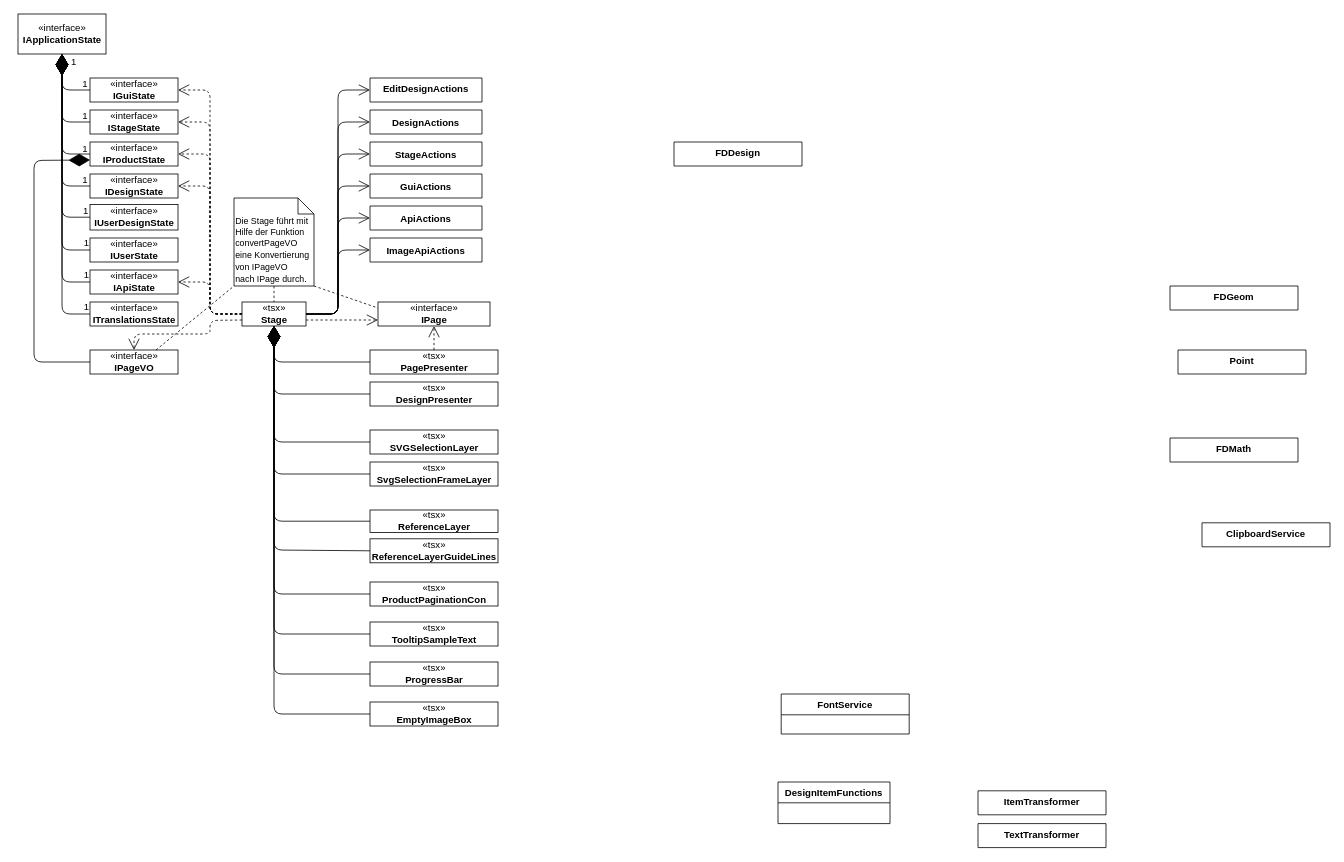
albreax/Diplomarbeit keeps this draw.io diagram as Arbeit/diagrams/Ist-Architektur/Designbearbeiten.drawio. Above is the earlier version. Source tidied: cells renumbered, new cells numbered last; positions are measured from the earlier drawing's top-left corner, leaving out a move shared by most shapes. Both pictures are drawn from the tidied source at 80%, with x=0, y=0 at pixel (18, 14).
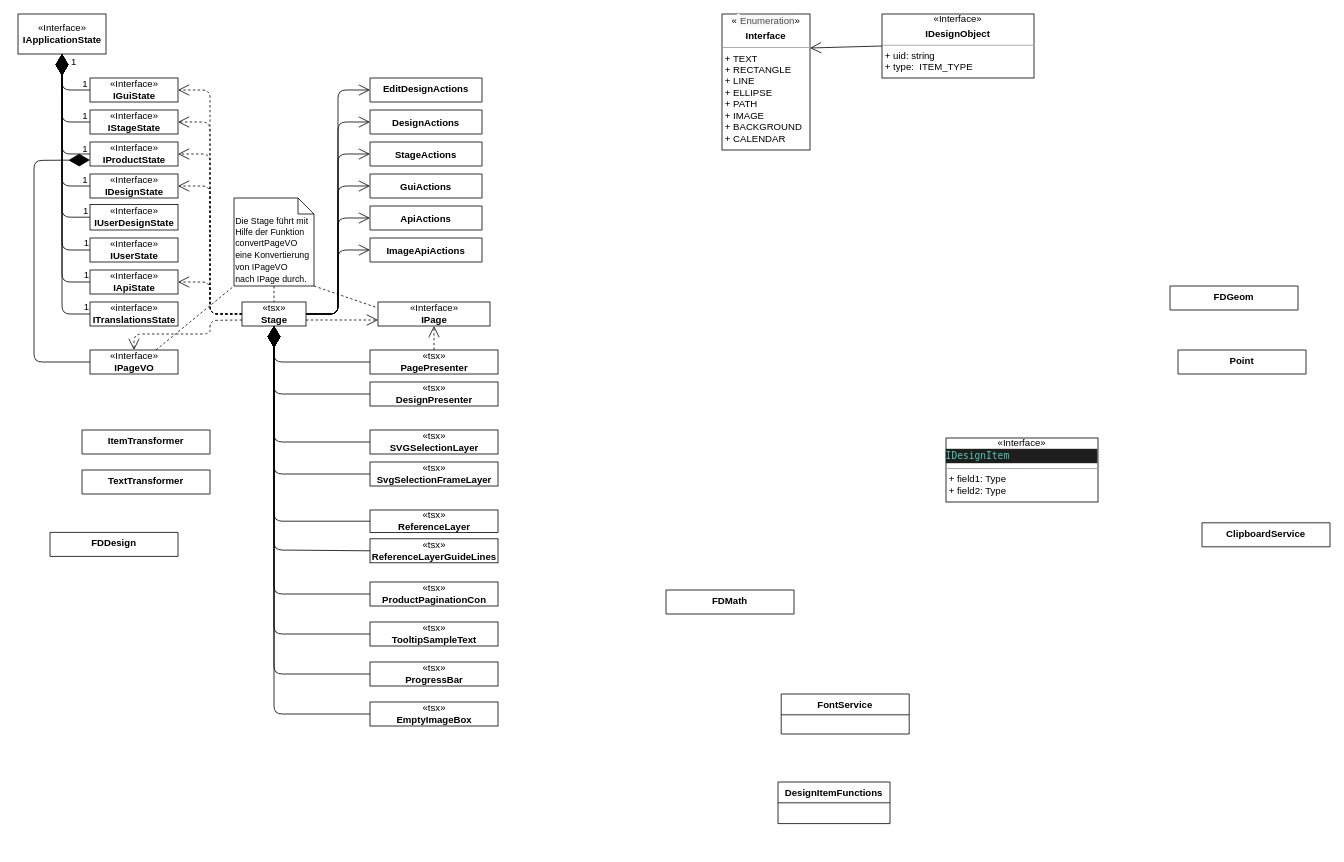
After the change.

Unchanged cells that the change refers to:
```xml
<mxCell id="27" style="group;" parent="26" vertex="1">
  <mxGeometry width="200" height="390" as="geometry" />
</mxCell>
```

The edit, as a diff of the source:
```diff
@@
     <mxCell id="19" value="ItemTransformer" style="swimlane;fontStyle=1;align=center;verticalAlign=top;horizontal=1;startSize=34;" parent="1" vertex="1">
-      <mxGeometry x="1200" y="971" width="160" height="30" as="geometry" />
+      <mxGeometry x="80" y="520" width="160" height="30" as="geometry" />
     </mxCell>
     <mxCell id="20" value="TextTransformer" style="swimlane;fontStyle=1;align=center;verticalAlign=top;horizontal=1;startSize=34;" parent="1" vertex="1">
-      <mxGeometry x="1200" y="1012" width="160" height="30" as="geometry" />
+      <mxGeometry x="80" y="570" width="160" height="30" as="geometry" />
     </mxCell>
     <mxCell id="21" value="FDDesign" style="swimlane;fontStyle=1;align=center;verticalAlign=top;horizontal=1;startSize=34;" parent="1" vertex="1">
-      <mxGeometry x="820" y="160" width="160" height="30" as="geometry" />
+      <mxGeometry x="40" y="648" width="160" height="30" as="geometry" />
     </mxCell>
@@
     <mxCell id="24" value="FDMath" style="swimlane;fontStyle=1;align=center;verticalAlign=top;horizontal=1;startSize=50;" parent="1" vertex="1">
-      <mxGeometry x="1440" y="530" width="160" height="30" as="geometry" />
+      <mxGeometry x="810" y="720" width="160" height="30" as="geometry" />
     </mxCell>
@@
-    <mxCell id="28" value="«interface»&lt;br&gt;&lt;b&gt;IApplicationState&lt;/b&gt;" style="html=1;" parent="27" vertex="1">
+    <mxCell id="28" value="«Interface»&lt;br&gt;&lt;b&gt;IApplicationState&lt;/b&gt;" style="html=1;" parent="27" vertex="1">
       <mxGeometry width="110" height="50" as="geometry" />
     </mxCell>
-    <mxCell id="29" value="«interface»&lt;br&gt;&lt;b&gt;IGuiState&lt;/b&gt;" style="html=1;" parent="27" vertex="1">
+    <mxCell id="29" value="«Interface»&lt;br&gt;&lt;b&gt;IGuiState&lt;/b&gt;" style="html=1;" parent="27" vertex="1">
       <mxGeometry x="90" y="80" width="110" height="30" as="geometry" />
     </mxCell>
-    <mxCell id="30" value="«interface»&lt;br&gt;&lt;b&gt;IStageState&lt;/b&gt;" style="html=1;" parent="27" vertex="1">
+    <mxCell id="30" value="«Interface»&lt;br&gt;&lt;b&gt;IStageState&lt;/b&gt;" style="html=1;" parent="27" vertex="1">
       <mxGeometry x="90" y="120" width="110" height="30" as="geometry" />
     </mxCell>
-    <mxCell id="31" value="«interface»&lt;br&gt;&lt;b&gt;IProductState&lt;/b&gt;" style="html=1;" parent="27" vertex="1">
+    <mxCell id="31" value="«Interface»&lt;br&gt;&lt;b&gt;IProductState&lt;/b&gt;" style="html=1;" parent="27" vertex="1">
       <mxGeometry x="90" y="160" width="110" height="30" as="geometry" />
     </mxCell>
-    <mxCell id="32" value="«interface»&lt;br&gt;&lt;b&gt;IDesignState&lt;/b&gt;" style="html=1;" parent="27" vertex="1">
+    <mxCell id="32" value="«Interface»&lt;br&gt;&lt;b&gt;IDesignState&lt;/b&gt;" style="html=1;" parent="27" vertex="1">
       <mxGeometry x="90" y="200" width="110" height="30" as="geometry" />
     </mxCell>
-    <mxCell id="33" value="«interface»&lt;br&gt;&lt;b&gt;IApiState&lt;/b&gt;" style="html=1;" parent="27" vertex="1">
+    <mxCell id="33" value="«Interface»&lt;br&gt;&lt;b&gt;IApiState&lt;/b&gt;" style="html=1;" parent="27" vertex="1">
       <mxGeometry x="90" y="320" width="110" height="30" as="geometry" />
     </mxCell>
@@
-    <mxCell id="35" value="«interface»&lt;br&gt;&lt;b&gt;IUserState&lt;/b&gt;" style="html=1;" parent="27" vertex="1">
+    <mxCell id="35" value="«Interface»&lt;br&gt;&lt;b&gt;IUserState&lt;/b&gt;" style="html=1;" parent="27" vertex="1">
       <mxGeometry x="90" y="280" width="110" height="30" as="geometry" />
     </mxCell>
-    <mxCell id="36" value="«interface»&lt;br&gt;&lt;b&gt;IUserDesignState&lt;/b&gt;" style="html=1;" parent="27" vertex="1">
+    <mxCell id="36" value="«Interface»&lt;br&gt;&lt;b&gt;IUserDesignState&lt;/b&gt;" style="html=1;" parent="27" vertex="1">
       <mxGeometry x="90" y="238" width="110" height="32" as="geometry" />
     </mxCell>
@@
-    <mxCell id="77" value="«interface»&lt;br&gt;&lt;b&gt;IPageVO&lt;/b&gt;" style="html=1;" parent="1" vertex="1">
+    <mxCell id="77" value="«Interface»&lt;br&gt;&lt;b&gt;IPageVO&lt;/b&gt;" style="html=1;" parent="1" vertex="1">
       <mxGeometry x="90" y="420" width="110" height="30" as="geometry" />
     </mxCell>
@@
-    <mxCell id="80" value="«interface»&lt;br&gt;&lt;b&gt;IPage&lt;/b&gt;" style="html=1;" parent="1" vertex="1">
+    <mxCell id="80" value="«Interface»&lt;br&gt;&lt;b&gt;IPage&lt;/b&gt;" style="html=1;" parent="1" vertex="1">
       <mxGeometry x="450" y="360" width="140" height="30" as="geometry" />
     </mxCell>
@@
+    <mxCell id="87" value="&lt;div style=&quot;text-align: center&quot;&gt;«Interface»&lt;/div&gt;&lt;p style=&quot;text-align: center ; margin: 4px 0px 0px&quot;&gt;&lt;b&gt;IDesignObject&lt;/b&gt;&lt;br&gt;&lt;/p&gt;&lt;hr size=&quot;1&quot;&gt;&lt;p style=&quot;margin: 0px ; margin-left: 4px&quot;&gt;+ uid: string&lt;br&gt;+ type: &amp;nbsp;ITEM_TYPE&lt;/p&gt;&lt;p style=&quot;margin: 0px ; margin-left: 4px&quot;&gt;&lt;br&gt;&lt;/p&gt;" style="verticalAlign=top;align=left;overflow=fill;fontSize=12;fontFamily=Helvetica;html=1;" parent="1" vertex="1">
+      <mxGeometry x="1080" width="190" height="80" as="geometry" />
+    </mxCell>
+    <mxCell id="88" value="&lt;div style=&quot;text-align: center&quot;&gt;«Interface»&lt;/div&gt;&lt;div style=&quot;color: rgb(212 , 212 , 212) ; background-color: rgb(30 , 30 , 30) ; font-family: &amp;#34;menlo&amp;#34; , &amp;#34;monaco&amp;#34; , &amp;#34;courier new&amp;#34; , monospace ; line-height: 18px&quot;&gt;&lt;span style=&quot;color: rgb(78 , 201 , 176)&quot;&gt;IDesignItem&lt;/span&gt;&lt;/div&gt;&lt;hr size=&quot;1&quot;&gt;&lt;p style=&quot;margin: 0px ; margin-left: 4px&quot;&gt;+ field1: Type&lt;br&gt;+ field2: Type&lt;/p&gt;&lt;p style=&quot;margin: 0px ; margin-left: 4px&quot;&gt;&lt;br&gt;&lt;/p&gt;" style="verticalAlign=top;align=left;overflow=fill;fontSize=12;fontFamily=Helvetica;html=1;" parent="1" vertex="1">
+      <mxGeometry x="1160" y="530" width="190" height="80" as="geometry" />
+    </mxCell>
+    <mxCell id="89" value="&lt;div style=&quot;text-align: center&quot;&gt;«&lt;span style=&quot;color: rgb(77 , 77 , 76) ; font-family: inherit ; font-style: inherit ; font-size: 14.399999618530273px ; text-align: left ; background-color: rgb(247 , 247 , 247)&quot;&gt; &lt;/span&gt;&lt;span style=&quot;color: rgb(77 , 77 , 76) ; font-family: inherit ; font-style: inherit ; text-align: left ; background-color: rgb(247 , 247 , 247)&quot;&gt;&lt;font style=&quot;font-size: 12px&quot;&gt;Enumeration&lt;/font&gt;&lt;/span&gt;»&lt;br&gt;&lt;/div&gt;&lt;p style=&quot;margin: 0px ; margin-top: 4px ; text-align: center&quot;&gt;&lt;b&gt;Interface&lt;/b&gt;&lt;/p&gt;&lt;hr size=&quot;1&quot;&gt;&lt;p style=&quot;margin: 0px ; margin-left: 4px&quot;&gt;+ TEXT&lt;/p&gt;&lt;p style=&quot;margin: 0px ; margin-left: 4px&quot;&gt;+ RECTANGLE&lt;/p&gt;&lt;p style=&quot;margin: 0px ; margin-left: 4px&quot;&gt;+ LINE&lt;/p&gt;&lt;p style=&quot;margin: 0px ; margin-left: 4px&quot;&gt;+ ELLIPSE&lt;/p&gt;&lt;p style=&quot;margin: 0px ; margin-left: 4px&quot;&gt;+ PATH&lt;/p&gt;&lt;p style=&quot;margin: 0px ; margin-left: 4px&quot;&gt;+ IMAGE&lt;/p&gt;&lt;p style=&quot;margin: 0px ; margin-left: 4px&quot;&gt;+ BACKGROUND&lt;/p&gt;&lt;p style=&quot;margin: 0px ; margin-left: 4px&quot;&gt;+ CALENDAR&lt;/p&gt;" style="verticalAlign=top;align=left;overflow=fill;fontSize=12;fontFamily=Helvetica;html=1;" parent="1" vertex="1">
+      <mxGeometry x="880" width="110" height="170" as="geometry" />
+    </mxCell>
+    <mxCell id="90" style="endArrow=open;endFill=1;endSize=12;html=1;exitX=0;exitY=0.5;exitDx=0;exitDy=0;entryX=1;entryY=0.25;entryDx=0;entryDy=0;" parent="1" edge="1" source="87" target="89">
+      <mxGeometry relative="1" as="geometry" />
+    </mxCell>
```
